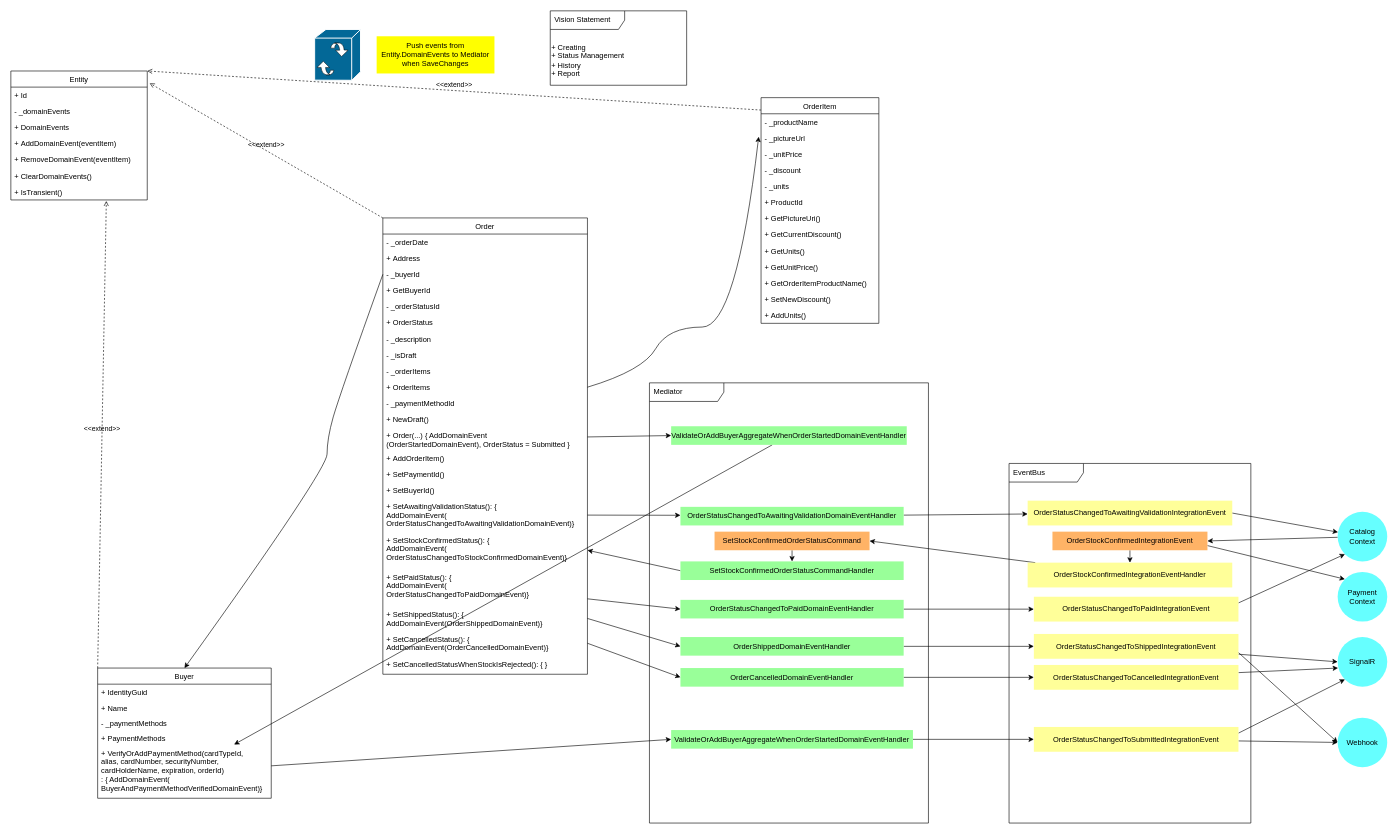
This is page "Ordering" (2 of 2) of documents/DomainDrivenDesign.drawio from QuyenOrion/OrionEShopOnContainers, a draw.io file, before an edit. Source tidied: cells renumbered, new cells numbered last; positions are measured from the earlier drawing's top-left corner, leaving out a move shared by most shapes. Both pictures are drawn from the tidied source at 62%, with x=0, y=0 at pixel (11, 11).
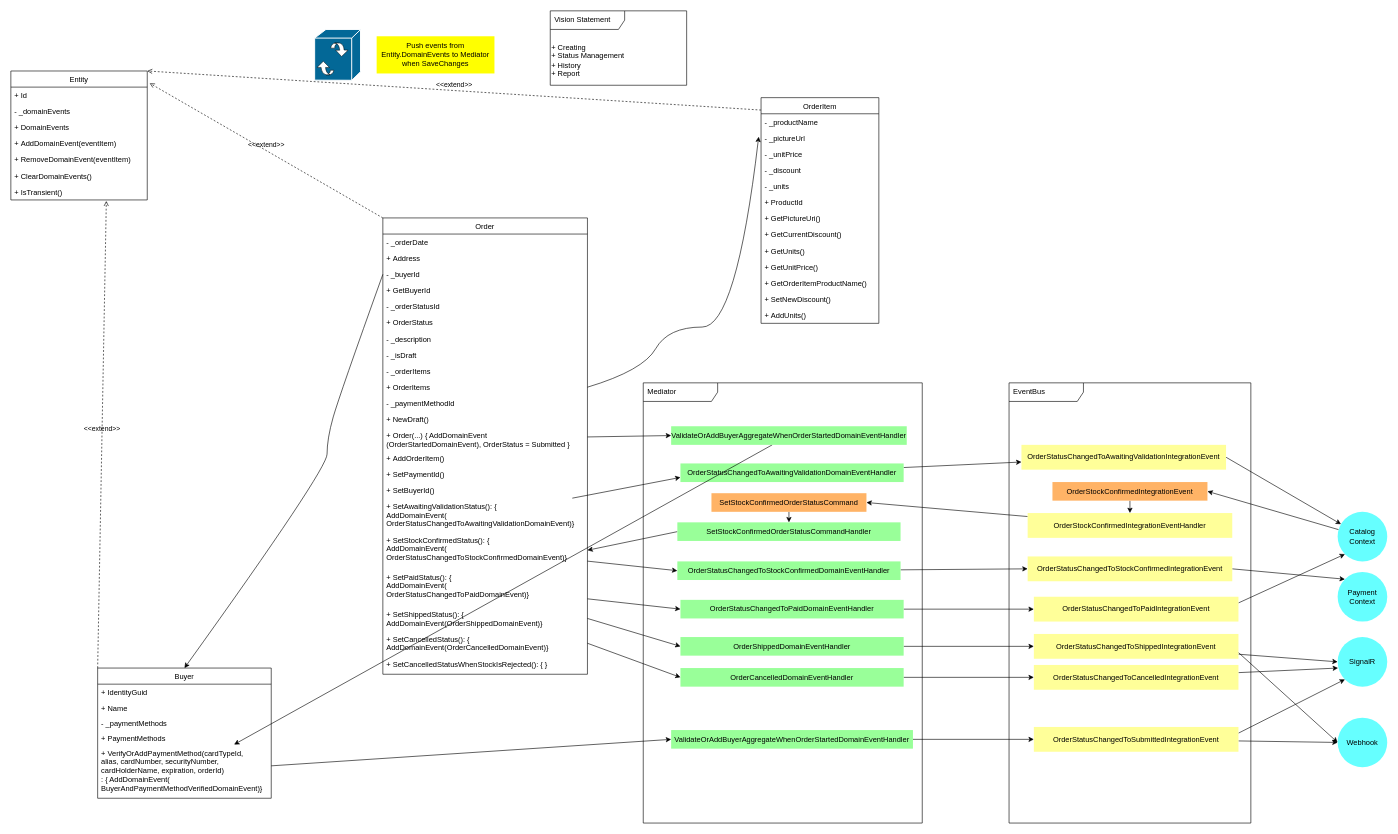
After the change.

Unchanged cells that the change refers to:
```xml
<mxCell id="23" value="+ SetAwaitingValidationStatus(): {&#10;AddDomainEvent(&#10;OrderStatusChangedToAwaitingValidationDomainEvent)}&#10;" style="text;strokeColor=none;fillColor=none;align=left;verticalAlign=top;spacingLeft=4;spacingRight=4;overflow=hidden;points=[[0,0.5],[1,0.5]];portConstraint=eastwest;" parent="6" vertex="1">
  <mxGeometry y="452" width="330" height="54" as="geometry" />
</mxCell>
<mxCell id="24" value="+ SetStockConfirmedStatus(): {&#10;AddDomainEvent(&#10;OrderStatusChangedToStockConfirmedDomainEvent)}" style="text;strokeColor=none;fillColor=none;align=left;verticalAlign=top;spacingLeft=4;spacingRight=4;overflow=hidden;points=[[0,0.5],[1,0.5]];portConstraint=eastwest;" parent="6" vertex="1">
  <mxGeometry y="506" width="330" height="60" as="geometry" />
</mxCell>
<mxCell id="82" value="Payment&lt;br&gt;Context" style="ellipse;whiteSpace=wrap;html=1;fillColor=#66FFFF;strokeColor=none;gradientColor=none;rounded=0;" parent="1" vertex="1">
  <mxGeometry x="2140" y="905" width="80" height="80" as="geometry" />
</mxCell>
```

The edit, as a diff of the source:
```diff
@@
     <mxCell id="2" value="Mediator" style="shape=umlFrame;whiteSpace=wrap;html=1;width=120;height=30;boundedLbl=1;verticalAlign=middle;align=left;spacingLeft=5;strokeColor=#000000;fillColor=none;" parent="1" vertex="1">
-      <mxGeometry x="1030" y="600" width="450" height="710" as="geometry" />
+      <mxGeometry x="1020" y="600" width="450" height="710" as="geometry" />
     </mxCell>
     <mxCell id="3" value="EventBus" style="shape=umlFrame;whiteSpace=wrap;html=1;width=120;height=30;boundedLbl=1;verticalAlign=middle;align=left;spacingLeft=5;strokeColor=#000000;fillColor=none;" parent="1" vertex="1">
-      <mxGeometry x="1610" y="730" width="390" height="580" as="geometry" />
+      <mxGeometry x="1610" y="600" width="390" height="710" as="geometry" />
     </mxCell>
@@
-    <mxCell id="63" style="edgeStyle=none;html=1;" parent="1" edge="1" source="23">
-      <mxGeometry relative="1" as="geometry">
-        <mxPoint x="1080" y="813.6" as="targetPoint" />
-      </mxGeometry>
+    <mxCell id="63" style="edgeStyle=none;html=1;entryX=0;entryY=0.75;entryDx=0;entryDy=0;" parent="1" edge="1" source="23" target="65">
+      <mxGeometry relative="1" as="geometry" />
     </mxCell>
@@
     <mxCell id="65" value="OrderStatusChangedToAwaitingValidationDomainEventHandler" style="text;html=1;strokeColor=none;fillColor=#99FF99;align=center;verticalAlign=middle;whiteSpace=wrap;rounded=0;" parent="1" vertex="1">
-      <mxGeometry x="1080" y="800" width="360" height="30" as="geometry" />
+      <mxGeometry x="1080" y="730" width="360" height="30" as="geometry" />
     </mxCell>
@@
     <mxCell id="68" value="OrderStatusChangedToAwaitingValidationIntegrationEvent" style="whiteSpace=wrap;html=1;fillColor=#FFFF99;strokeColor=none;gradientColor=none;rounded=0;" parent="1" vertex="1">
-      <mxGeometry x="1640" y="790" width="330" height="40" as="geometry" />
+      <mxGeometry x="1630" y="700" width="330" height="40" as="geometry" />
     </mxCell>
@@
-    <mxCell id="72" style="edgeStyle=none;html=1;entryX=0;entryY=0;entryDx=0;entryDy=0;exitX=1;exitY=0.75;exitDx=0;exitDy=0;" parent="1" edge="1" source="84" target="82">
+    <mxCell id="72" style="edgeStyle=none;html=1;entryX=0;entryY=0;entryDx=0;entryDy=0;exitX=1;exitY=0.5;exitDx=0;exitDy=0;" parent="1" edge="1" source="108" target="82">
       <mxGeometry relative="1" as="geometry" />
     </mxCell>
     <mxCell id="73" value="OrderStockConfirmedIntegrationEventHandler" style="whiteSpace=wrap;html=1;fillColor=#FFFF99;strokeColor=none;gradientColor=none;rounded=0;" parent="1" vertex="1">
-      <mxGeometry x="1640" y="890" width="330" height="40" as="geometry" />
+      <mxGeometry x="1640" y="810" width="330" height="40" as="geometry" />
     </mxCell>
     <mxCell id="74" value="SetStockConfirmedOrderStatusCommandHandler" style="text;html=1;strokeColor=none;fillColor=#99FF99;align=center;verticalAlign=middle;whiteSpace=wrap;rounded=0;" parent="1" vertex="1">
-      <mxGeometry x="1080" y="888" width="360" height="30" as="geometry" />
+      <mxGeometry x="1075" y="825" width="360" height="30" as="geometry" />
     </mxCell>
@@
     <mxCell id="76" value="SetStockConfirmedOrderStatusCommand" style="text;html=1;strokeColor=none;fillColor=#FFB366;align=center;verticalAlign=middle;whiteSpace=wrap;rounded=0;" parent="1" vertex="1">
-      <mxGeometry x="1135" y="840" width="250" height="30" as="geometry" />
+      <mxGeometry x="1130" y="778" width="250" height="30" as="geometry" />
     </mxCell>
@@
     <mxCell id="84" value="OrderStockConfirmedIntegrationEvent" style="text;html=1;strokeColor=none;fillColor=#FFB366;align=center;verticalAlign=middle;whiteSpace=wrap;rounded=0;" parent="1" vertex="1">
-      <mxGeometry x="1680" y="840" width="250" height="30" as="geometry" />
+      <mxGeometry x="1680" y="760" width="250" height="30" as="geometry" />
     </mxCell>
@@
+    <mxCell id="108" value="OrderStatusChangedToStockConfirmedIntegrationEvent" style="whiteSpace=wrap;html=1;fillColor=#FFFF99;strokeColor=none;gradientColor=none;rounded=0;" parent="1" vertex="1">
+      <mxGeometry x="1640" y="880" width="330" height="40" as="geometry" />
+    </mxCell>
+    <mxCell id="109" style="edgeStyle=none;html=1;entryX=0;entryY=0.5;entryDx=0;entryDy=0;" parent="1" edge="1" source="110" target="108">
+      <mxGeometry relative="1" as="geometry" />
+    </mxCell>
+    <mxCell id="110" value="OrderStatusChangedToStockConfirmedDomainEventHandler" style="text;html=1;strokeColor=none;fillColor=#99FF99;align=center;verticalAlign=middle;whiteSpace=wrap;rounded=0;" parent="1" vertex="1">
+      <mxGeometry x="1075" y="888" width="360" height="30" as="geometry" />
+    </mxCell>
+    <mxCell id="111" style="edgeStyle=none;html=1;entryX=0;entryY=0.5;entryDx=0;entryDy=0;" parent="1" edge="1" source="24" target="110">
+      <mxGeometry relative="1" as="geometry" />
+    </mxCell>
```
